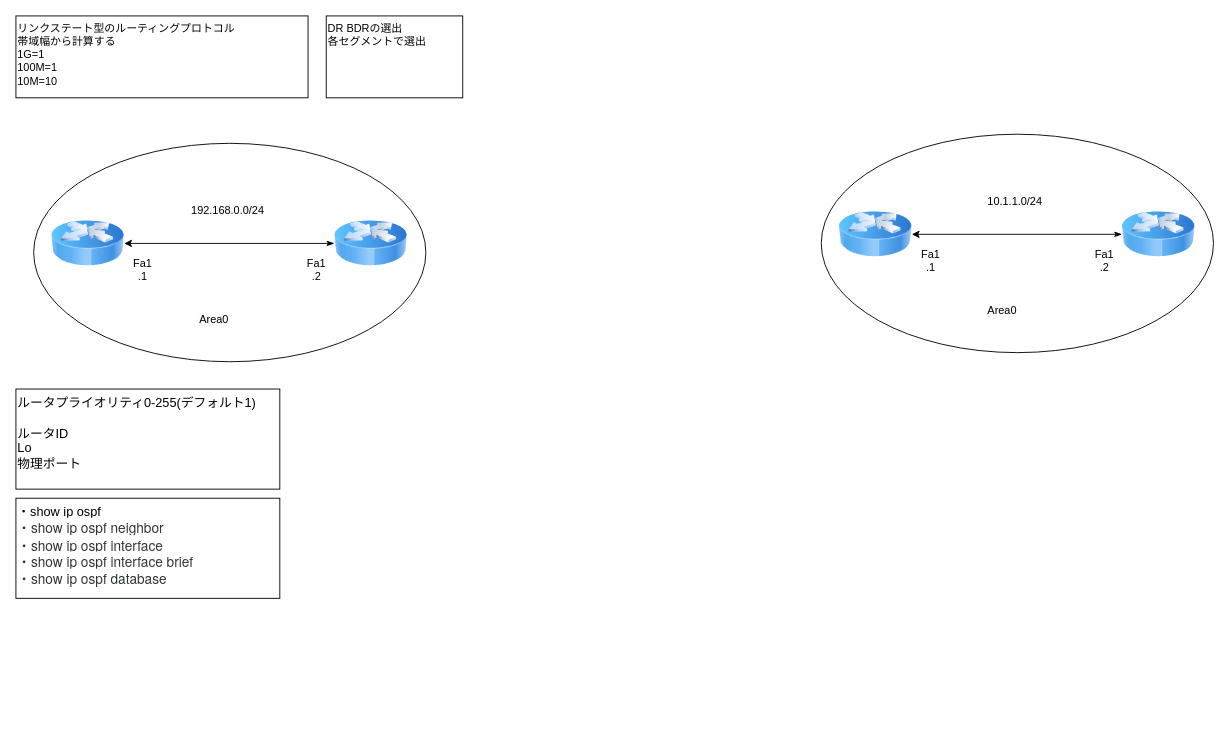
The draw.io diagram page "OSPF" (2 of 2) of OSPF.drawio in kyforprogram/ccna, before the edit. Source tidied: cells renumbered, new cells numbered last; positions are measured from the earlier drawing's top-left corner, leaving out a move shared by most shapes. Both pictures are drawn from the tidied source at 91%, with x=0, y=0 at pixel (15, 15).
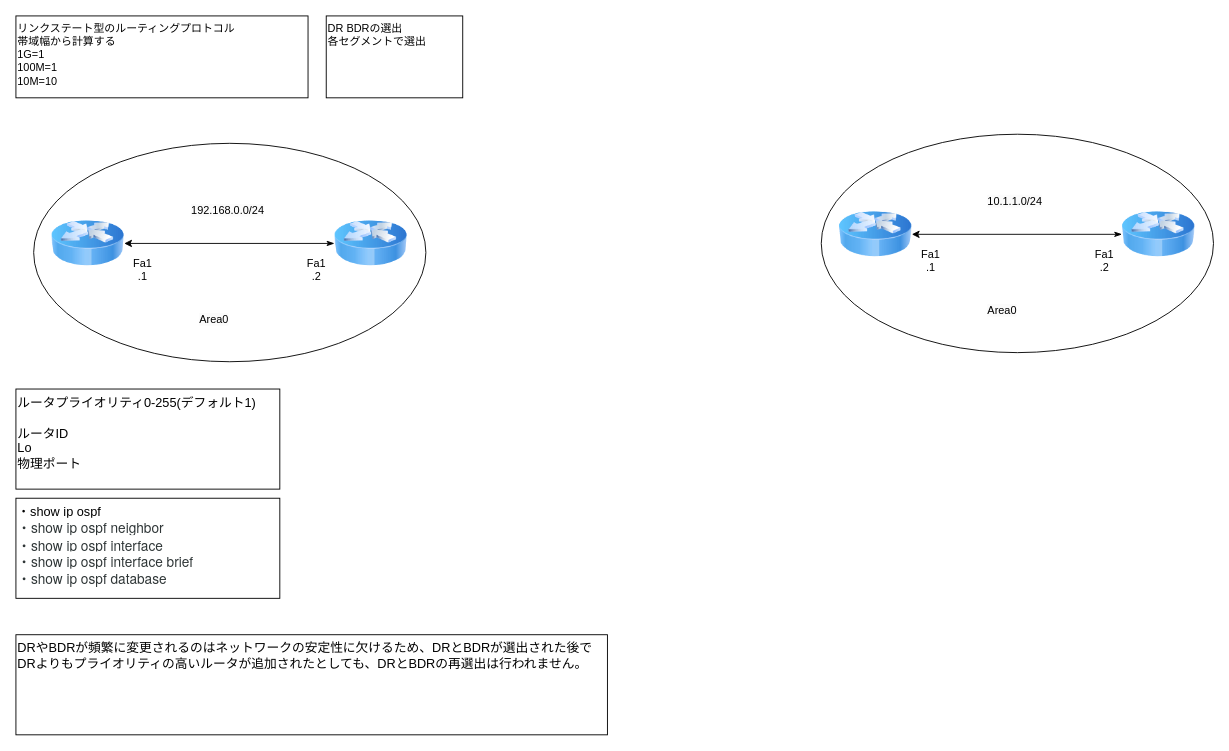
Above is the later version.

Commit message:
OSPF.drawio を更新します

What changed in the source:
```diff
@@
+    <mxCell id="22" value="DRやBDRが頻繁に変更されるのはネットワークの安定性に欠けるため、DRとBDRが選出された後でDRよりもプライオリティの高いルータが追加されたとしても、DRとBDRの再選出は行われません。" style="whiteSpace=wrap;html=1;align=left;verticalAlign=top;fontSize=14;" parent="1" vertex="1">
+      <mxGeometry y="680" width="650" height="110" as="geometry" />
+    </mxCell>
```
